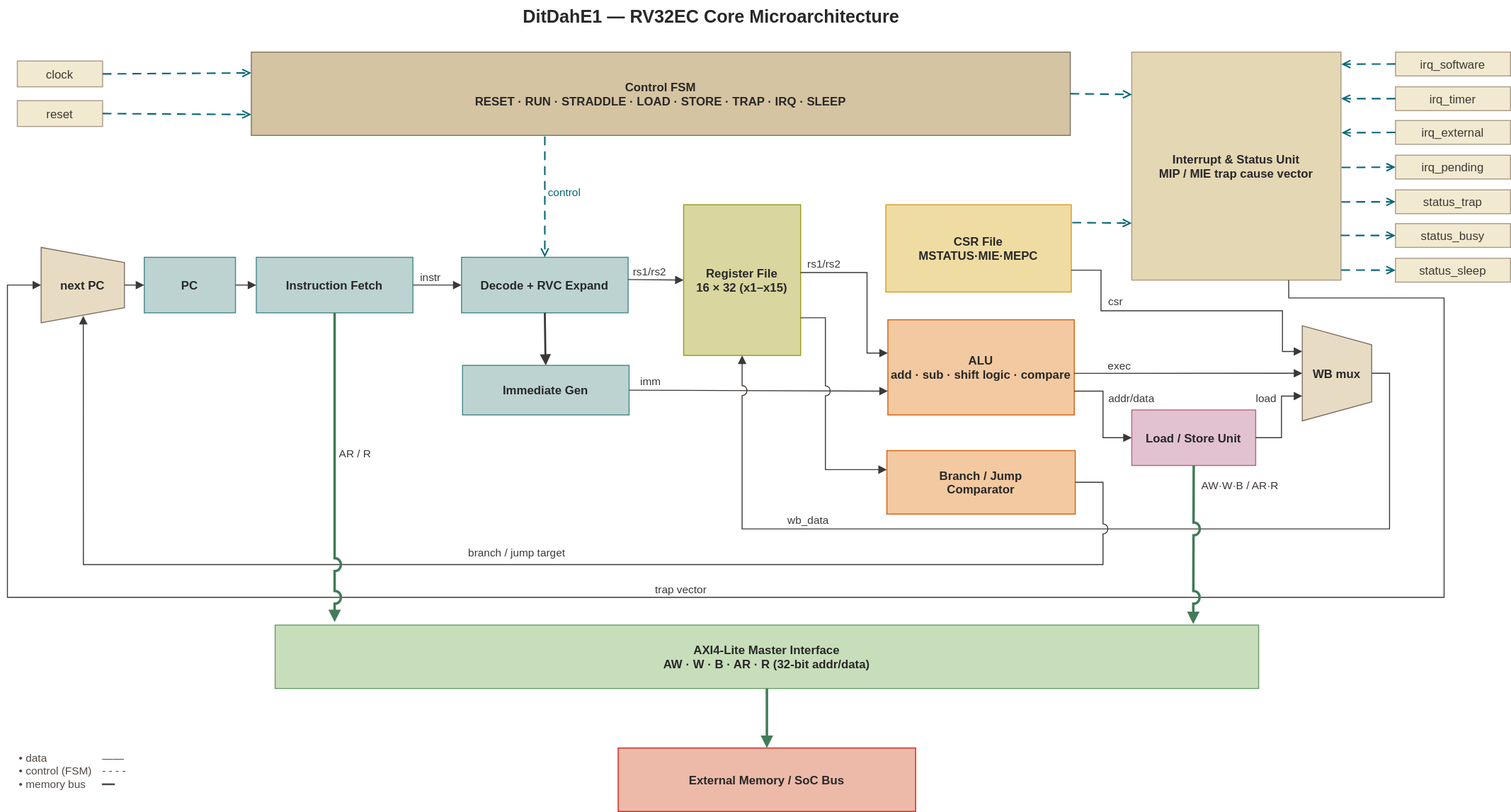
Before: doc/ditdah_e1_microarchitecture.drawio.svg, a diagram exported from draw.io (vowstar/ditdah-e1). Source tidied: cells renumbered, new cells last; positions are measured from the earlier drawing's top-left corner, leaving out a move shared by most shapes.
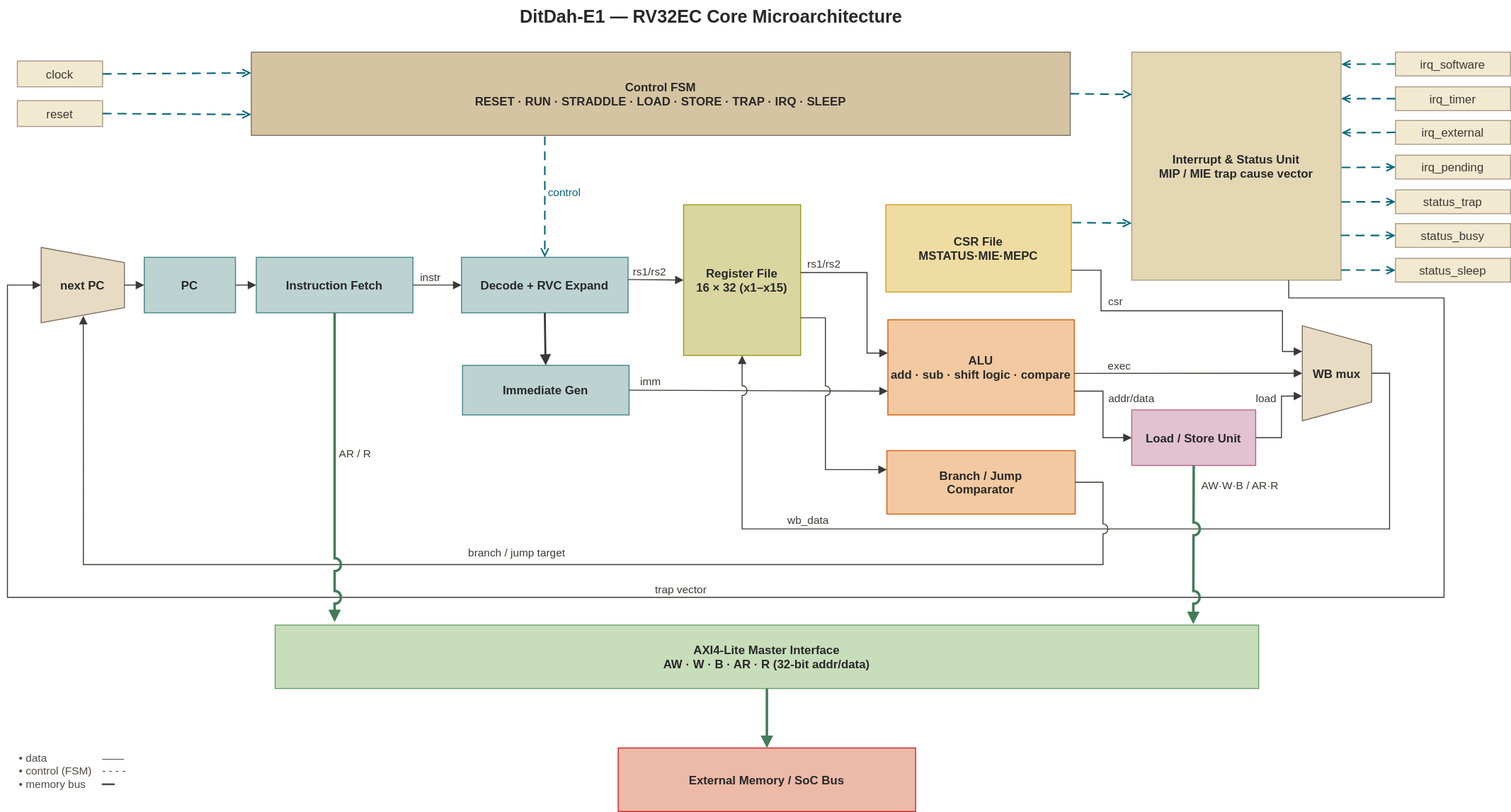
The same file after the commit.

Change to the diagram source:
```diff
@@ -2,7 +2,7 @@
   <root>
     <mxCell id="0" />
     <mxCell id="1" parent="0" />
-    <mxCell id="2" value="DitDah32 — RV32EC Core Microarchitecture" style="text;align=center;verticalAlign=middle;fontSize=18;fontStyle=1;fontColor=#282828;labelBackgroundColor=none;fillColor=none;" parent="1" vertex="1">
+    <mxCell id="2" value="DitDah-E1 — RV32EC Core Microarchitecture" style="text;align=center;verticalAlign=middle;fontSize=18;fontStyle=1;fontColor=#282828;labelBackgroundColor=none;fillColor=none;" parent="1" vertex="1">
       <mxGeometry x="330" width="760" height="30" as="geometry" />
     </mxCell>
     <mxCell id="3" value="Control FSM&#10;RESET · RUN · STRADDLE · LOAD · STORE · TRAP · IRQ · SLEEP" style="rounded=0;fillColor=#d5c4a1;strokeColor=#7c6f64;fontColor=#282828; fontSize=12;fontStyle=1;" parent="1" vertex="1">
```
